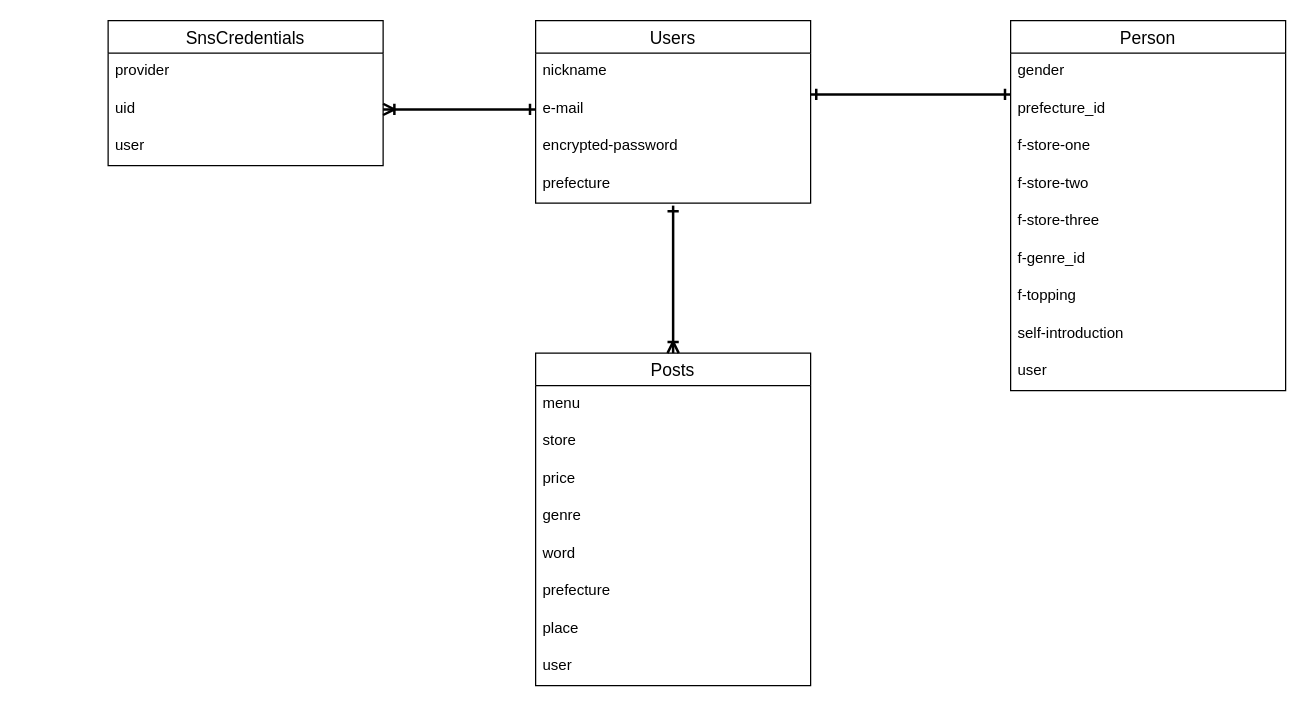
Above: page "ER図" (1 of 2) of ER.dio in ALBAS23/ramen_app_01 (draw.io), before the change. Source tidied: cells renumbered, new cells numbered last; positions are measured from the earlier drawing's top-left corner, leaving out a move shared by most shapes. Both pictures are drawn from the tidied source at 125%, with x=0, y=0 at pixel (108, 20).
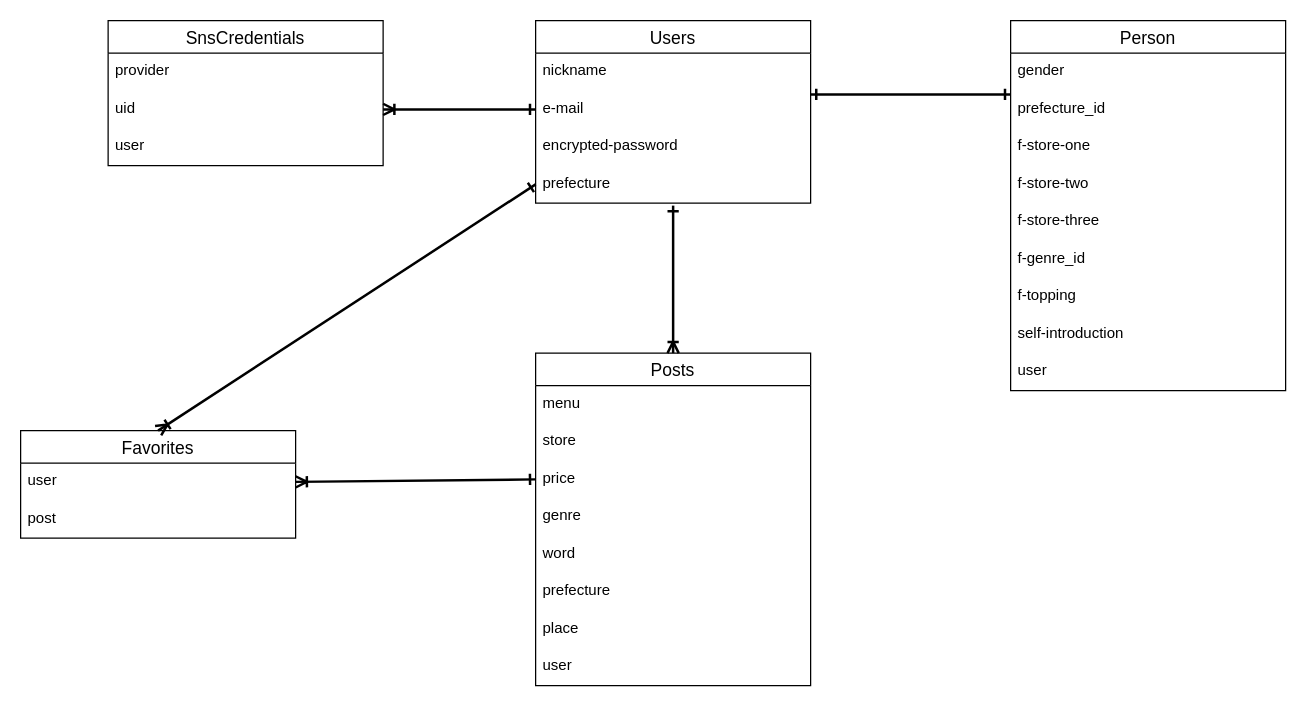
The same page after the edit.

Unchanged cells that the change refers to:
```xml
<mxCell id="6" value="prefecture " style="text;strokeColor=none;fillColor=none;spacingLeft=4;spacingRight=4;overflow=hidden;points=[[0,0.5],[1,0.5]];portConstraint=eastwest;fontSize=12;" parent="2" vertex="1">
  <mxGeometry y="116" width="220" height="30" as="geometry" />
</mxCell>
<mxCell id="21" value="price" style="text;strokeColor=none;fillColor=none;spacingLeft=4;spacingRight=4;overflow=hidden;points=[[0,0.5],[1,0.5]];portConstraint=eastwest;fontSize=12;" parent="18" vertex="1">
  <mxGeometry y="86" width="220" height="30" as="geometry" />
</mxCell>
```

Change to the diagram source:
```diff
@@
+    <mxCell id="34" value="Favorites" style="swimlane;fontStyle=0;horizontal=1;startSize=26;align=center;fontSize=14;" parent="1" vertex="1">
+      <mxGeometry x="-70" y="328" width="220" height="86" as="geometry" />
+    </mxCell>
+    <mxCell id="35" value="user" style="text;strokeColor=none;fillColor=none;spacingLeft=4;spacingRight=4;overflow=hidden;points=[[0,0.5],[1,0.5]];portConstraint=eastwest;fontSize=12;" parent="34" vertex="1">
+      <mxGeometry y="26" width="220" height="30" as="geometry" />
+    </mxCell>
+    <mxCell id="36" value="post" style="text;strokeColor=none;fillColor=none;spacingLeft=4;spacingRight=4;overflow=hidden;fontSize=12;" parent="34" vertex="1">
+      <mxGeometry y="56" width="220" height="30" as="geometry" />
+    </mxCell>
+    <mxCell id="37" style="endArrow=ERoneToMany;html=1;rounded=0;startArrow=ERone;startFill=0;endFill=0;strokeWidth=2;entryX=0.5;entryY=0;entryDx=0;entryDy=0;exitX=0;exitY=0.5;exitDx=0;exitDy=0;" parent="1" edge="1" source="6" target="34">
+      <mxGeometry relative="1" as="geometry" />
+    </mxCell>
+    <mxCell id="38" style="endArrow=ERoneToMany;html=1;rounded=0;startArrow=ERone;startFill=0;endFill=0;strokeWidth=2;exitX=0;exitY=0.5;exitDx=0;exitDy=0;entryX=1;entryY=0.5;entryDx=0;entryDy=0;" parent="1" edge="1" source="21" target="35">
+      <mxGeometry relative="1" as="geometry" />
+    </mxCell>
```
